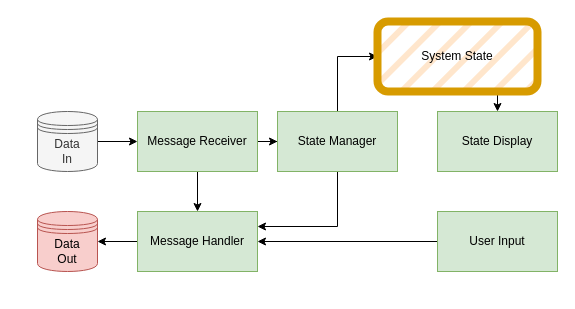
Before: images/sim_struct.drawio in ToastProgrammer/mthread-mngr, a draw.io diagram. Source tidied: cells renumbered, new cells numbered last; positions are measured from the earlier drawing's top-left corner, leaving out a move shared by most shapes. Both pictures are drawn from the tidied source at 100%, with x=0, y=0 at pixel (37, 21).
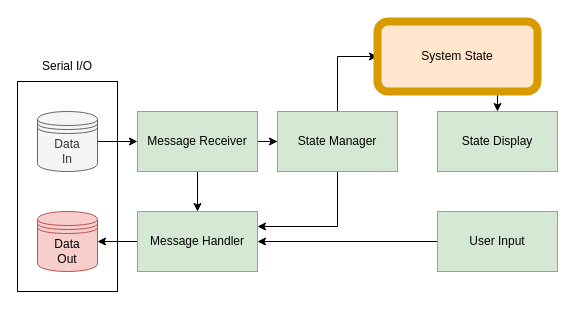
Above is the later version.

Change to the diagram source:
```diff
@@
+    <mxCell id="18" style="rounded=0;whiteSpace=wrap;html=1;fillColor=#FFFFFF;fillStyle=auto;" parent="1" vertex="1">
+      <mxGeometry x="-20" y="60" width="100" height="210" as="geometry" />
+    </mxCell>
@@
-    <mxCell id="15" value="System State" style="rounded=1;whiteSpace=wrap;html=1;fillStyle=hatch;strokeWidth=8;fillColor=#ffe6cc;strokeColor=#d79b00;" parent="1" vertex="1">
+    <mxCell id="15" value="System State" style="rounded=1;whiteSpace=wrap;html=1;fillStyle=auto;strokeWidth=8;fillColor=#ffe6cc;strokeColor=#d79b00;" parent="1" vertex="1">
       <mxGeometry x="340" width="160" height="70" as="geometry" />
     </mxCell>
@@
+    <mxCell id="19" value="Serial I/O" style="text;strokeColor=none;fillColor=none;align=center;verticalAlign=middle;spacingLeft=4;spacingRight=4;overflow=hidden;whiteSpace=wrap;html=1;" parent="1" vertex="1">
+      <mxGeometry x="-10" y="30" width="80" height="30" as="geometry" />
+    </mxCell>
```
